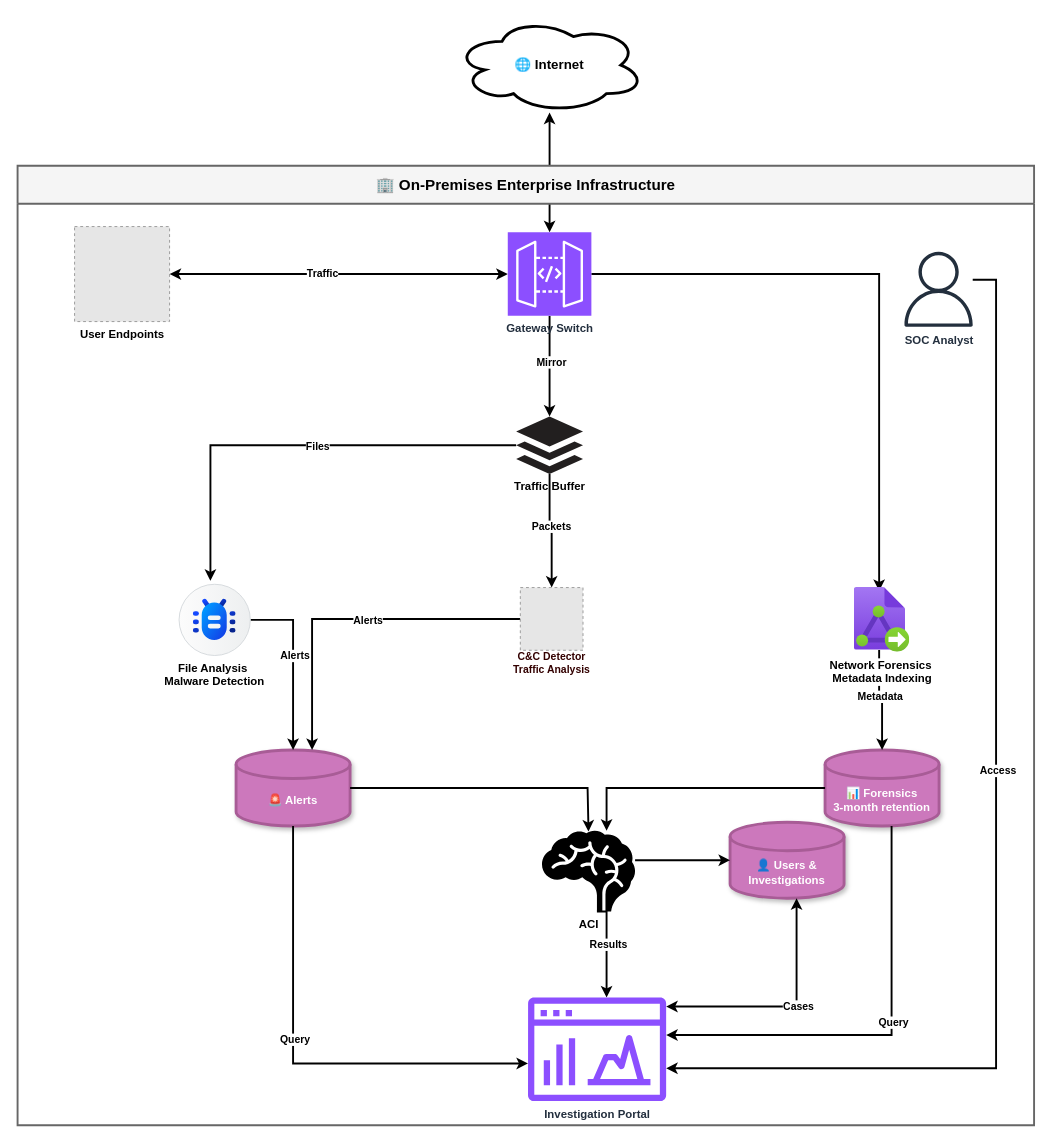
This is docs/diagrams/MS1-architecture.drawio from prakalovic/GlobalDevExpertsProject, a draw.io file, before an edit. Source tidied: cells renumbered, new cells numbered last; positions are measured from the earlier drawing's top-left corner, leaving out a move shared by most shapes. Both pictures are drawn from the tidied source at 95%, with x=0, y=0 at pixel (17, 17). Pictures stored in the file or linked from it are replaced by grey dashed boxes.
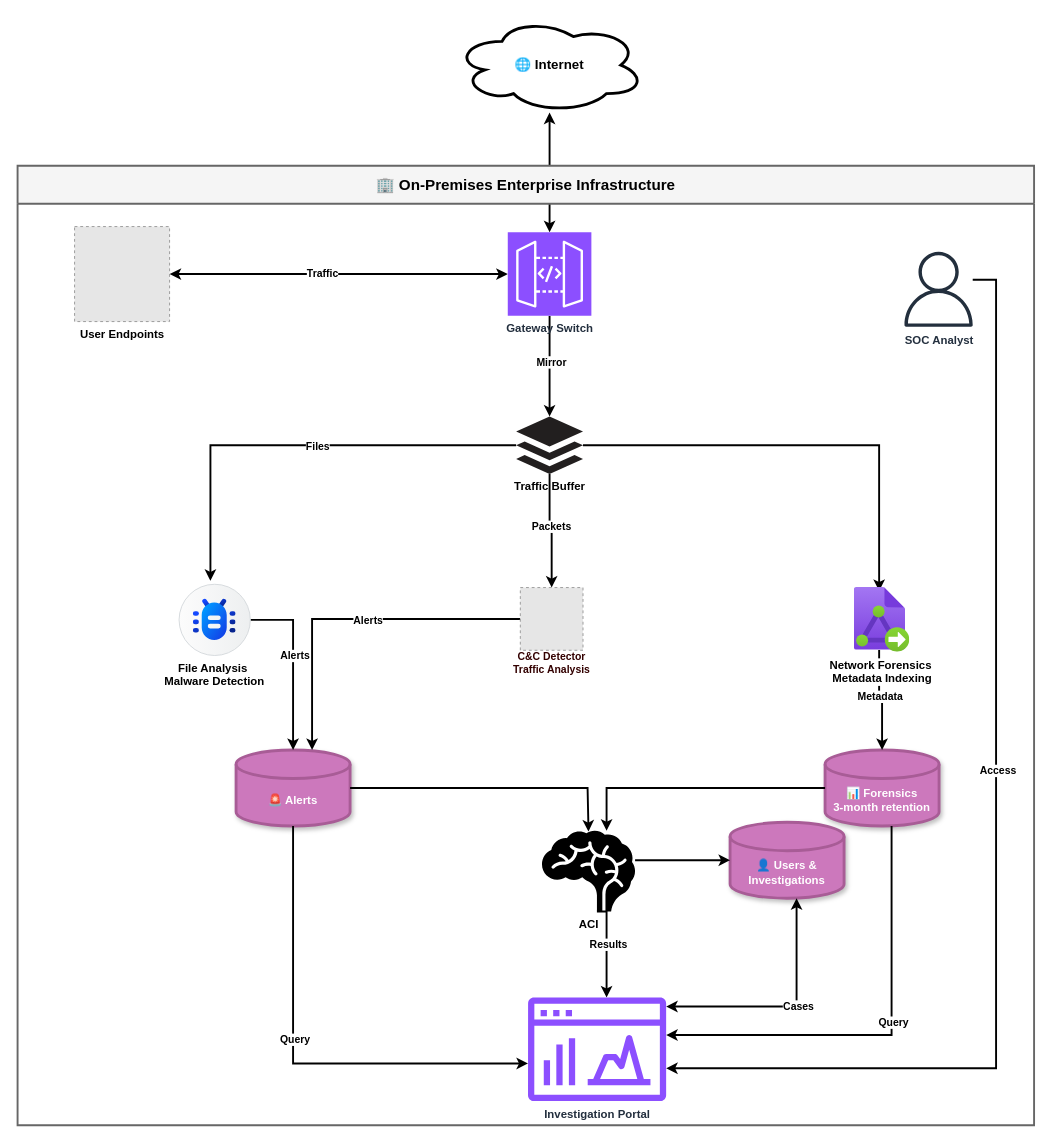
The same page after the edit.

Commit message:
Update CyberFortNexus architecture diagram for improved layout and edge connections

The change refers to these unchanged cells:
```xml
<mxCell id="4" value="🏢 On-Premises Enterprise Infrastructure" style="swimlane;whiteSpace=wrap;html=1;fillColor=#F5F5F5;strokeColor=#666666;strokeWidth=2;fontStyle=1;fontSize=16;startSize=40;" parent="1" vertex="1">
  <mxGeometry y="156" width="1070" height="1010" as="geometry" />
</mxCell>
<mxCell id="39" value="&lt;b&gt;Gateway Switch&lt;/b&gt;" style="sketch=0;points=[[0,0,0],[0.25,0,0],[0.5,0,0],[0.75,0,0],[1,0,0],[0,1,0],[0.25,1,0],[0.5,1,0],[0.75,1,0],[1,1,0],[0,0.25,0],[0,0.5,0],[0,0.75,0],[1,0.25,0],[1,0.5,0],[1,0.75,0]];outlineConnect=0;fontColor=#232F3E;fillColor=#8C4FFF;strokeColor=#ffffff;dashed=0;verticalLabelPosition=bottom;verticalAlign=top;align=center;html=1;fontSize=12;fontStyle=0;shape=mxgraph.aws4.resourceIcon;resIcon=mxgraph.aws4.api_gateway;" parent="4" vertex="1">
  <mxGeometry x="516" y="70" width="88" height="88" as="geometry" />
</mxCell>
<mxCell id="41" value="&lt;b&gt;Traffic Buffer&lt;/b&gt;" style="dashed=0;outlineConnect=0;html=1;align=center;labelPosition=center;verticalLabelPosition=bottom;verticalAlign=top;shape=mxgraph.weblogos.buffer;fillColor=#221F1F;strokeColor=none;" parent="4" vertex="1">
  <mxGeometry x="524.8" y="264" width="70.4" height="60.4" as="geometry" />
</mxCell>
<mxCell id="44" value="&lt;b&gt;Network Forensics&amp;nbsp;&lt;/b&gt;&lt;div&gt;&lt;b&gt;Metadata Indexing&lt;/b&gt;&lt;/div&gt;" style="image;html=1;points=[];align=center;fontSize=12;image=img/lib/azure2/other/Express_Route_Traffic_Collector.svg;" parent="4" vertex="1">
  <mxGeometry x="880.9" y="444" width="58.2" height="68" as="geometry" />
</mxCell>
```

Diff of the diagram source:
```diff
@@
-    <mxCell id="15" style="edgeStyle=orthogonalEdgeStyle;rounded=0;jettySize=auto;html=1;strokeWidth=2;endArrow=classic;endFill=1;entryX=0.447;entryY=0.053;entryDx=0;entryDy=0;entryPerimeter=0;" parent="4" edge="1" source="39" target="44">
+    <mxCell id="15" style="edgeStyle=orthogonalEdgeStyle;rounded=0;jettySize=auto;html=1;strokeWidth=2;endArrow=classic;endFill=1;entryX=0.447;entryY=0.053;entryDx=0;entryDy=0;entryPerimeter=0;" parent="4" edge="1" source="41" target="44">
       <mxGeometry relative="1" as="geometry" />
     </mxCell>
```
